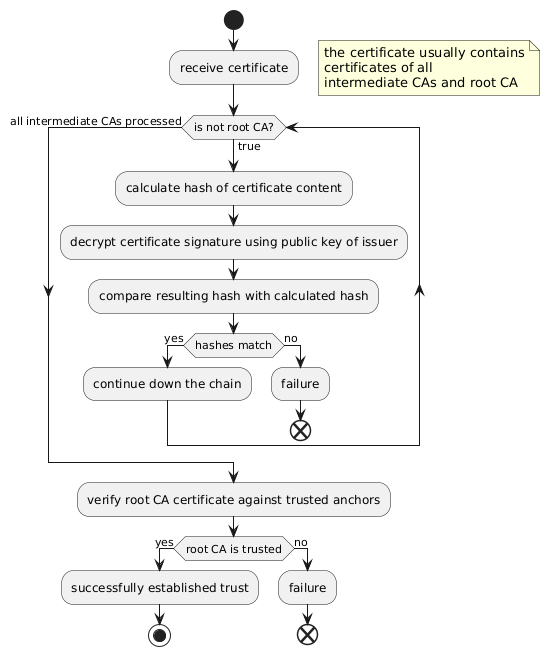
Before: _site/posts/understanding_ssl/understanding_ssl_003.png, a diagram exported from PlantUML (Davidcode2/blog).
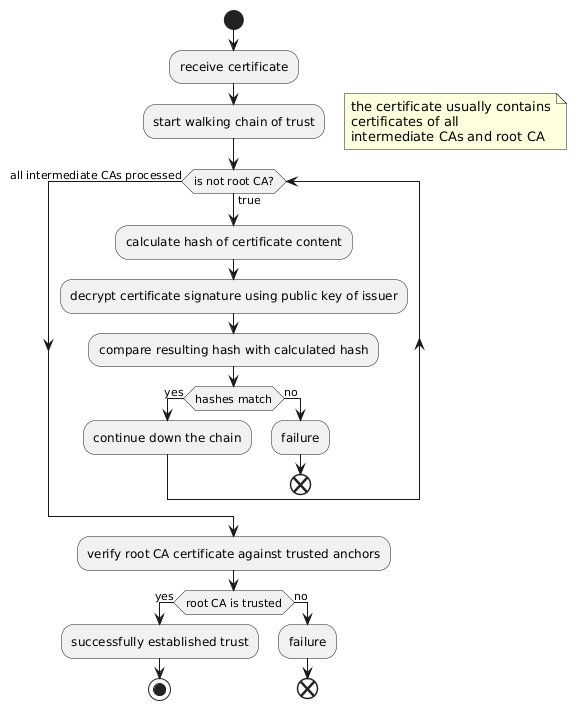
After the commit.

Diff of the diagram source:
```diff
@@ -1,6 +1,7 @@
 @startuml
 start
 :receive certificate;
+:start walking chain of trust;
 floating note right
 the certificate usually contains
 certificates of all
```
